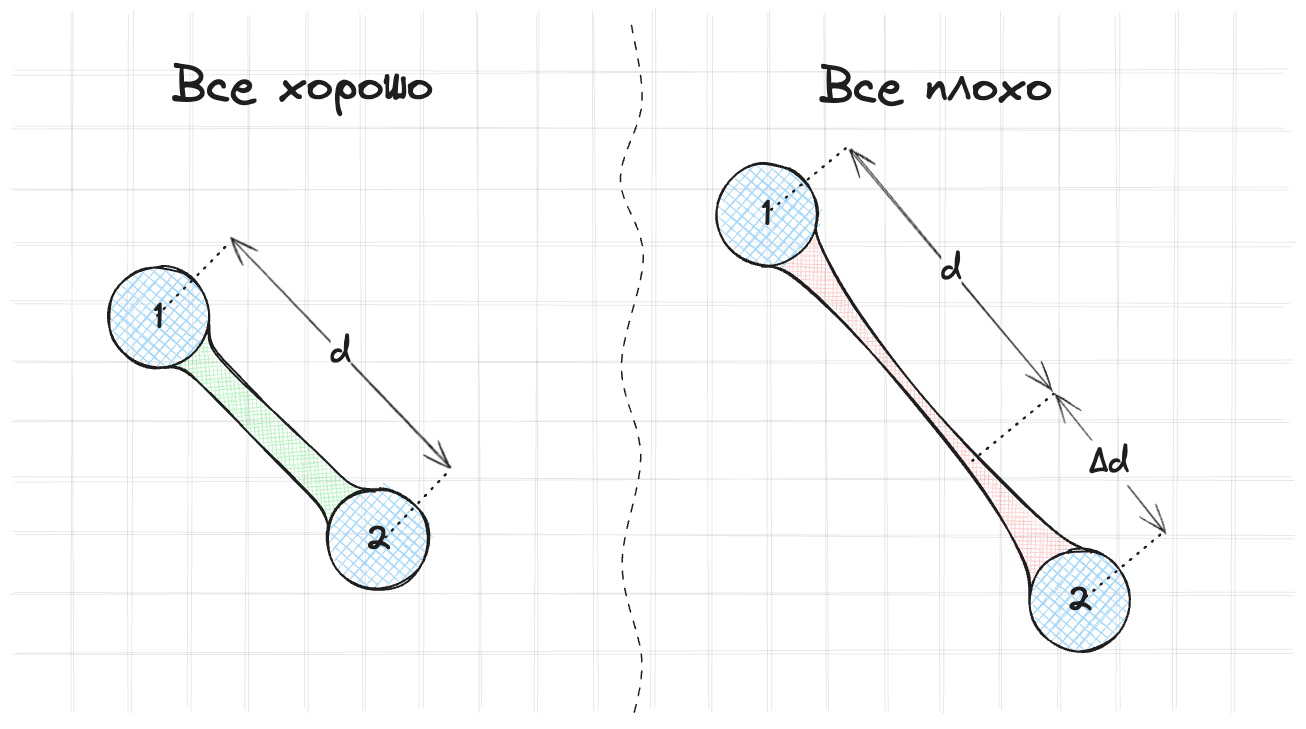
The Excalidraw diagram assets/images/constraints/hitman/stretch.excalidraw.png in kozakromch/game_physics_2, before a commit. Source tidied: one line per element, renumbered; positions are measured from the earlier drawing's top-left corner, leaving out a move shared by most shapes.
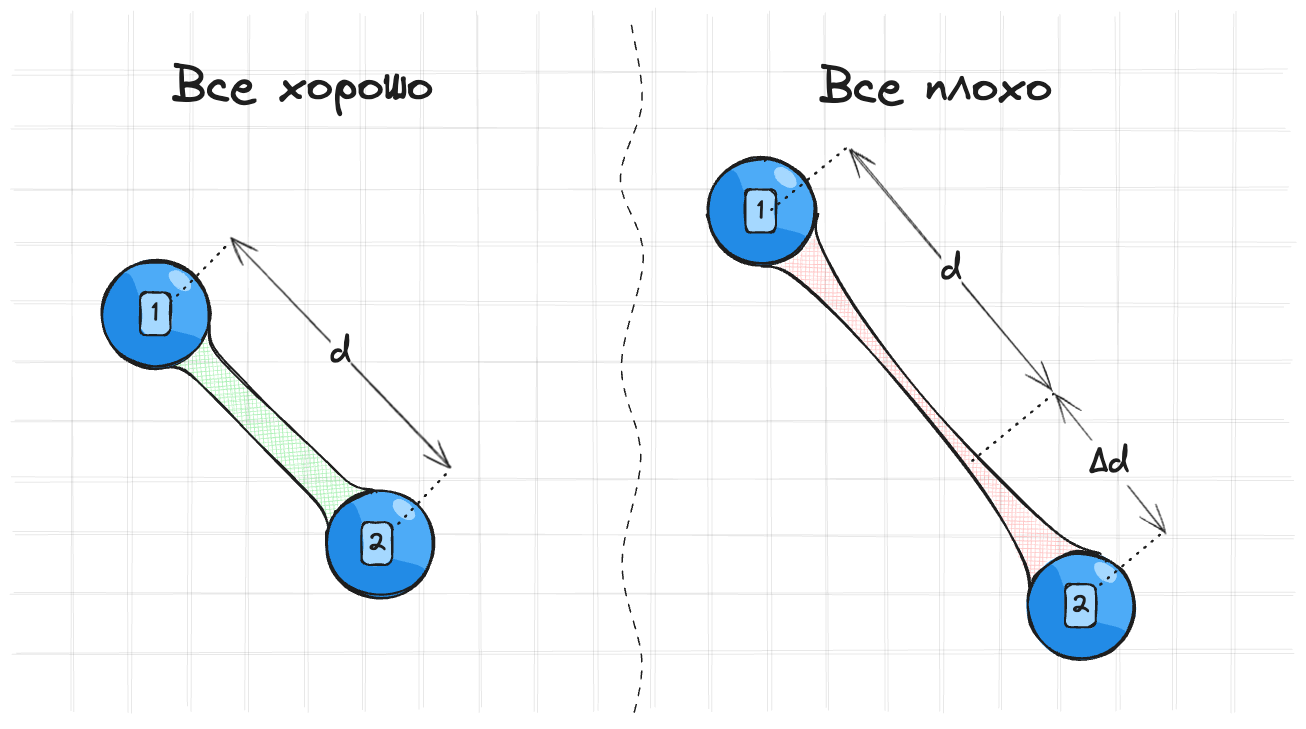
After the commit.

What changed in the source:
```diff
@@ -33,28 +33,44 @@
 {"id": 32, "type": "line", "strokeColor": "#1e1e1e", "angle": 1.57, "strokeWidth": 1, "roughness": 2, "opacity": 10, "round": true, "x": 697, "y": 336, "width": 697, "height": 0, "points": [[0, 0], [697, 0]]}
 {"id": 33, "type": "line", "strokeColor": "#1e1e1e", "angle": 1.57, "strokeWidth": 1, "roughness": 2, "opacity": 10, "round": true, "x": 987, "y": 336, "width": 696, "height": 0, "points": [[0, 0], [696, 0]]}
 {"id": 34, "type": "line", "strokeColor": "#1e1e1e", "strokeWidth": 1, "strokeStyle": "dashed", "roughness": 1, "round": true, "x": 908, "y": 0, "width": 21, "height": 693, "points": [[0, 0], [11, 77], [-11, 154], [11, 231], [-11, 339], [9, 431], [-11, 539], [11, 631], [0, 693]]}
-{"id": 35, "type": "ellipse", "strokeColor": "#1e1e1e", "backgroundColor": "#a5d8ff", "fillStyle": "cross-hatch", "strokeWidth": 2, "roughness": 1, "round": true, "x": 384, "y": 240, "width": 101, "height": 101}
-{"id": 36, "type": "text", "text": "1", "strokeColor": "#1e1e1e", "strokeWidth": 2, "roughness": 1, "fontSize": 36, "fontFamily": 1, "textAlign": "center", "verticalAlign": "middle", "inside": 35, "x": 430, "y": 269, "width": 10, "height": 45}
 {"id": 37, "type": "line", "strokeColor": "#1e1e1e", "strokeWidth": 2, "roughness": 1, "round": true, "x": 441, "y": 342, "width": 164, "height": 163, "points": [[0, 0], [20, 3], [55, 35], [91, 72], [130, 111], [157, 141], [164, 163]]}
-{"id": 38, "type": "ellipse", "strokeColor": "#1e1e1e", "backgroundColor": "#a5d8ff", "fillStyle": "cross-hatch", "strokeWidth": 2, "roughness": 1, "round": true, "x": 603, "y": 463, "width": 101, "height": 101}
-{"id": 39, "type": "text", "text": "2", "strokeColor": "#1e1e1e", "strokeWidth": 2, "roughness": 1, "fontSize": 36, "fontFamily": 1, "textAlign": "center", "verticalAlign": "middle", "inside": 38, "x": 641, "y": 491, "width": 26, "height": 45}
-{"id": 40, "type": "ellipse", "strokeColor": "#1e1e1e", "backgroundColor": "#a5d8ff", "fillStyle": "cross-hatch", "strokeWidth": 2, "roughness": 1, "round": true, "x": 992, "y": 138, "width": 101, "height": 101}
-{"id": 41, "type": "text", "text": "1", "strokeColor": "#1e1e1e", "strokeWidth": 2, "roughness": 1, "fontSize": 36, "fontFamily": 1, "textAlign": "center", "verticalAlign": "middle", "inside": 40, "x": 1038, "y": 166, "width": 10, "height": 45}
 {"id": 42, "type": "line", "strokeColor": "#1e1e1e", "strokeWidth": 2, "roughness": 1, "round": true, "x": 1037, "y": 241, "width": 269, "height": 333, "points": [[0, 0], [30, 8], [85, 59], [158, 142], [224, 226], [264, 296], [269, 333]]}
-{"id": 43, "type": "ellipse", "strokeColor": "#1e1e1e", "backgroundColor": "#a5d8ff", "fillStyle": "cross-hatch", "strokeWidth": 2, "roughness": 1, "round": true, "x": 1305, "y": 524, "width": 101, "height": 101}
-{"id": 44, "type": "text", "text": "2", "strokeColor": "#1e1e1e", "strokeWidth": 2, "roughness": 1, "fontSize": 36, "fontFamily": 1, "textAlign": "center", "verticalAlign": "middle", "inside": 43, "x": 1343, "y": 552, "width": 26, "height": 45}
 {"id": 45, "type": "line", "strokeColor": "#1e1e1e", "angle": 0.25, "strokeWidth": 2, "roughness": 1, "round": true, "x": 1414, "y": 487, "width": 357, "height": 258, "points": [[0, 0], [-40, -6], [-113, -47], [-211, -108], [-298, -178], [-351, -233], [-357, -258]]}
 {"id": 46, "type": "line", "strokeColor": "#1e1e1e", "angle": 4.69, "strokeWidth": 2, "roughness": 1, "round": true, "x": 654, "y": 300, "width": 171, "height": 162, "points": [[0, 0], [-24, 5], [-60, 36], [-97, 71], [-137, 110], [-164, 140], [-171, 162]]}
-{"id": 47, "type": "line", "strokeColor": "#1e1e1e", "backgroundColor": "#a5d8ff", "fillStyle": "cross-hatch", "strokeWidth": 2, "strokeStyle": "dotted", "roughness": 1, "round": true, "x": 656, "y": 517, "width": 72, "height": 74, "points": [[0, 0], [72, -74]]}
-{"id": 48, "type": "line", "strokeColor": "#1e1e1e", "backgroundColor": "#a5d8ff", "fillStyle": "cross-hatch", "strokeWidth": 2, "strokeStyle": "dotted", "roughness": 1, "round": true, "x": 433, "y": 289, "width": 72, "height": 74, "points": [[0, 0], [72, -74]]}
 {"id": 49, "type": "arrow", "strokeColor": "#1e1e1e", "backgroundColor": "#a5d8ff", "fillStyle": "cross-hatch", "strokeWidth": 1, "roughness": 1, "startArrowhead": "arrow", "endArrowhead": "arrow", "round": true, "x": 507, "y": 212, "width": 219, "height": 230, "points": [[0, 0], [219, 230]]}
 {"id": 50, "type": "text", "text": "d", "strokeColor": "#1e1e1e", "backgroundColor": "#a5d8ff", "fillStyle": "cross-hatch", "strokeWidth": 1, "strokeStyle": "dotted", "roughness": 1, "fontSize": 36, "fontFamily": 1, "textAlign": "center", "verticalAlign": "middle", "inside": 49, "x": 610, "y": 308, "width": 20, "height": 45}
 {"id": 51, "type": "text", "text": "  Все хорошо", "strokeColor": "#1e1e1e", "backgroundColor": "#b2f2bb", "fillStyle": "solid", "strokeWidth": 1, "roughness": 1, "fontSize": 46.64, "fontFamily": 1, "x": 402, "y": 32, "width": 307, "height": 58}
 {"id": 52, "type": "text", "text": "Все плохо", "strokeColor": "#1e1e1e", "backgroundColor": "#b2f2bb", "fillStyle": "solid", "strokeWidth": 1, "roughness": 1, "fontSize": 46.64, "fontFamily": 1, "x": 1096, "y": 33, "width": 232, "height": 58}
 {"id": 53, "type": "arrow", "strokeColor": "#1e1e1e", "backgroundColor": "#a5d8ff", "fillStyle": "cross-hatch", "strokeWidth": 1, "roughness": 1, "startArrowhead": "arrow", "endArrowhead": "arrow", "round": true, "x": 1126, "y": 123, "width": 203, "height": 241, "points": [[0, 0], [203, 241]]}
 {"id": 54, "type": "text", "text": "d", "strokeColor": "#1e1e1e", "backgroundColor": "#a5d8ff", "fillStyle": "cross-hatch", "strokeWidth": 1, "strokeStyle": "dotted", "roughness": 1, "fontSize": 36, "fontFamily": 1, "textAlign": "center", "verticalAlign": "middle", "inside": 53, "x": 1102, "y": 264, "width": 20, "height": 45}
-{"id": 55, "type": "line", "strokeColor": "#1e1e1e", "backgroundColor": "#a5d8ff", "fillStyle": "cross-hatch", "strokeWidth": 2, "strokeStyle": "dotted", "roughness": 1, "round": true, "x": 1048, "y": 183, "width": 75, "height": 62, "points": [[0, 0], [75, -62]]}
 {"id": 56, "type": "line", "strokeColor": "#1e1e1e", "backgroundColor": "#a5d8ff", "fillStyle": "cross-hatch", "strokeWidth": 2, "strokeStyle": "dotted", "roughness": 1, "round": true, "x": 1249, "y": 434, "width": 80, "height": 67, "points": [[0, 0], [80, -67]]}
 {"id": 57, "type": "arrow", "strokeColor": "#1e1e1e", "backgroundColor": "#a5d8ff", "fillStyle": "cross-hatch", "strokeWidth": 1, "roughness": 1, "startArrowhead": "arrow", "endArrowhead": "arrow", "round": true, "x": 1331, "y": 368, "width": 110, "height": 138, "points": [[0, 0], [110, 138]]}
 {"id": 58, "type": "text", "text": "∆d", "strokeColor": "#1e1e1e", "backgroundColor": "#a5d8ff", "fillStyle": "cross-hatch", "strokeWidth": 1, "strokeStyle": "dotted", "roughness": 1, "fontSize": 36, "fontFamily": 1, "textAlign": "center", "verticalAlign": "middle", "inside": 57, "x": 1366, "y": 414, "width": 39, "height": 45}
+{"id": 60, "type": "ellipse", "strokeColor": "#1e1e1e", "angle": 4.84, "backgroundColor": "#4dabf7", "fillStyle": "solid", "strokeWidth": 2, "roughness": 1, "x": 378, "y": 234, "width": 108, "height": 108}
+{"id": 61, "type": "line", "strokeColor": "transparent", "angle": 0.53, "backgroundColor": "#228be6", "fillStyle": "solid", "strokeWidth": 1, "roughness": 0, "round": true, "x": 418, "y": 338, "width": 106, "height": 73, "points": [[0, 0], [-18, -5], [-31, -15], [-42, -32], [-46, -55], [-36, -73], [6, -44], [53, -53], [60, -46], [54, -27], [43, -13], [25, -2], [0, 0]]}
+{"id": 62, "type": "ellipse", "strokeColor": "#a5d8ff", "angle": 0.7, "backgroundColor": "#a5d8ff", "fillStyle": "solid", "strokeWidth": 1, "roughness": 1, "round": true, "x": 444, "y": 247, "width": 25, "height": 14}
+{"id": 63, "type": "ellipse", "strokeColor": "#1e1e1e", "strokeWidth": 2, "roughness": 1, "round": true, "x": 378, "y": 235, "width": 108, "height": 105}
+{"id": 64, "type": "ellipse", "strokeColor": "#1e1e1e", "angle": 4.84, "backgroundColor": "#4dabf7", "fillStyle": "solid", "strokeWidth": 2, "roughness": 1, "x": 602, "y": 464, "width": 108, "height": 108}
+{"id": 65, "type": "line", "strokeColor": "transparent", "angle": 0.53, "backgroundColor": "#228be6", "fillStyle": "solid", "strokeWidth": 1, "roughness": 0, "round": true, "x": 642, "y": 568, "width": 106, "height": 73, "points": [[0, 0], [-18, -5], [-31, -15], [-42, -32], [-46, -55], [-36, -73], [6, -44], [53, -53], [60, -46], [54, -27], [43, -13], [25, -2], [0, 0]]}
+{"id": 66, "type": "ellipse", "strokeColor": "#a5d8ff", "angle": 0.7, "backgroundColor": "#a5d8ff", "fillStyle": "solid", "strokeWidth": 1, "roughness": 1, "round": true, "x": 668, "y": 477, "width": 25, "height": 14}
+{"id": 67, "type": "ellipse", "strokeColor": "#1e1e1e", "strokeWidth": 2, "roughness": 1, "round": true, "x": 602, "y": 465, "width": 108, "height": 105}
+{"id": 48, "type": "line", "strokeColor": "#1e1e1e", "backgroundColor": "#a5d8ff", "fillStyle": "cross-hatch", "strokeWidth": 2, "strokeStyle": "dotted", "roughness": 1, "round": true, "x": 433, "y": 289, "width": 72, "height": 74, "points": [[0, 0], [72, -74]]}
+{"id": 47, "type": "line", "strokeColor": "#1e1e1e", "backgroundColor": "#a5d8ff", "fillStyle": "cross-hatch", "strokeWidth": 2, "strokeStyle": "dotted", "roughness": 1, "round": true, "x": 656, "y": 517, "width": 72, "height": 74, "points": [[0, 0], [72, -74]]}
+{"id": 68, "type": "rectangle", "strokeColor": "#1e1e1e", "backgroundColor": "#a5d8ff", "fillStyle": "solid", "strokeWidth": 2, "roughness": 1, "round": true, "x": 416, "y": 266, "width": 31, "height": 43}
+{"id": 69, "type": "text", "text": "1", "strokeColor": "#1e1e1e", "backgroundColor": "#ffffff", "fillStyle": "solid", "strokeWidth": 2, "roughness": 1, "fontSize": 26.31, "fontFamily": 1, "textAlign": "center", "verticalAlign": "middle", "inside": 68, "x": 428, "y": 271, "width": 7, "height": 33}
+{"id": 70, "type": "rectangle", "strokeColor": "#1e1e1e", "backgroundColor": "#a5d8ff", "fillStyle": "solid", "strokeWidth": 2, "roughness": 1, "round": true, "x": 638, "y": 496, "width": 31, "height": 43}
+{"id": 71, "type": "text", "text": "2", "strokeColor": "#1e1e1e", "backgroundColor": "#ffffff", "fillStyle": "solid", "strokeWidth": 2, "roughness": 1, "fontSize": 26.31, "fontFamily": 1, "textAlign": "center", "verticalAlign": "middle", "inside": 70, "x": 644, "y": 501, "width": 19, "height": 33}
+{"id": 72, "type": "ellipse", "strokeColor": "#1e1e1e", "angle": 4.84, "backgroundColor": "#4dabf7", "fillStyle": "solid", "strokeWidth": 2, "roughness": 1, "x": 984, "y": 132, "width": 108, "height": 108}
+{"id": 73, "type": "line", "strokeColor": "transparent", "angle": 0.53, "backgroundColor": "#228be6", "fillStyle": "solid", "strokeWidth": 1, "roughness": 0, "round": true, "x": 1023, "y": 236, "width": 106, "height": 73, "points": [[0, 0], [-18, -5], [-31, -15], [-42, -32], [-46, -55], [-36, -73], [6, -44], [53, -53], [60, -46], [54, -27], [43, -13], [25, -2], [0, 0]]}
+{"id": 74, "type": "ellipse", "strokeColor": "#a5d8ff", "angle": 0.7, "backgroundColor": "#a5d8ff", "fillStyle": "solid", "strokeWidth": 1, "roughness": 1, "round": true, "x": 1049, "y": 144, "width": 25, "height": 14}
+{"id": 75, "type": "ellipse", "strokeColor": "#1e1e1e", "strokeWidth": 2, "roughness": 1, "round": true, "x": 984, "y": 133, "width": 108, "height": 105}
+{"id": 76, "type": "rectangle", "strokeColor": "#1e1e1e", "backgroundColor": "#a5d8ff", "fillStyle": "solid", "strokeWidth": 2, "roughness": 1, "round": true, "x": 1022, "y": 163, "width": 31, "height": 43}
+{"id": 77, "type": "text", "text": "1", "strokeColor": "#1e1e1e", "backgroundColor": "#ffffff", "fillStyle": "solid", "strokeWidth": 2, "roughness": 1, "fontSize": 26.31, "fontFamily": 1, "textAlign": "center", "verticalAlign": "middle", "inside": 76, "x": 1033, "y": 168, "width": 7, "height": 33}
+{"id": 55, "type": "line", "strokeColor": "#1e1e1e", "backgroundColor": "#a5d8ff", "fillStyle": "cross-hatch", "strokeWidth": 2, "strokeStyle": "dotted", "roughness": 1, "round": true, "x": 1048, "y": 184, "width": 75, "height": 62, "points": [[0, 0], [75, -62]]}
+{"id": 78, "type": "ellipse", "strokeColor": "#1e1e1e", "angle": 4.84, "backgroundColor": "#4dabf7", "fillStyle": "solid", "strokeWidth": 2, "roughness": 1, "x": 1304, "y": 526, "width": 108, "height": 108}
+{"id": 79, "type": "line", "strokeColor": "transparent", "angle": 0.53, "backgroundColor": "#228be6", "fillStyle": "solid", "strokeWidth": 1, "roughness": 0, "round": true, "x": 1343, "y": 630, "width": 106, "height": 73, "points": [[0, 0], [-18, -5], [-31, -15], [-42, -32], [-46, -55], [-36, -73], [6, -44], [53, -53], [60, -46], [54, -27], [43, -13], [25, -2], [0, 0]]}
+{"id": 80, "type": "ellipse", "strokeColor": "#a5d8ff", "angle": 0.7, "backgroundColor": "#a5d8ff", "fillStyle": "solid", "strokeWidth": 1, "roughness": 1, "round": true, "x": 1369, "y": 539, "width": 25, "height": 14}
+{"id": 81, "type": "ellipse", "strokeColor": "#1e1e1e", "strokeWidth": 2, "roughness": 1, "round": true, "x": 1303, "y": 527, "width": 108, "height": 105}
 {"id": 59, "type": "line", "strokeColor": "#1e1e1e", "backgroundColor": "#a5d8ff", "fillStyle": "cross-hatch", "strokeWidth": 2, "strokeStyle": "dotted", "roughness": 1, "round": true, "x": 1356, "y": 576, "width": 80, "height": 67, "points": [[0, 0], [80, -67]]}
+{"id": 82, "type": "rectangle", "strokeColor": "#1e1e1e", "backgroundColor": "#a5d8ff", "fillStyle": "solid", "strokeWidth": 2, "roughness": 1, "round": true, "x": 1341, "y": 558, "width": 31, "height": 43}
+{"id": 83, "type": "text", "text": "2", "strokeColor": "#1e1e1e", "backgroundColor": "#ffffff", "fillStyle": "solid", "strokeWidth": 2, "roughness": 1, "fontSize": 26.31, "fontFamily": 1, "textAlign": "center", "verticalAlign": "middle", "inside": 82, "x": 1347, "y": 563, "width": 19, "height": 33}
```
